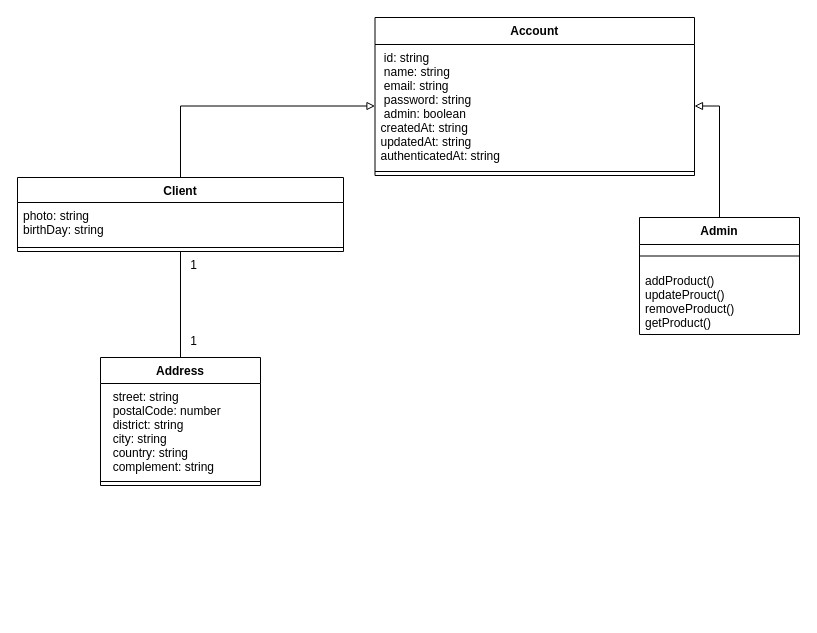
This is documentation/diagrams/class-diagram.drawio from vitinruas/_retroarcadestore-api, a draw.io file, before an edit. Source tidied: cells renumbered, new cells numbered last; positions are measured from the earlier drawing's top-left corner, leaving out a move shared by most shapes. Both pictures are drawn from the tidied source at 100%, with x=0, y=0 at pixel (17, 17).
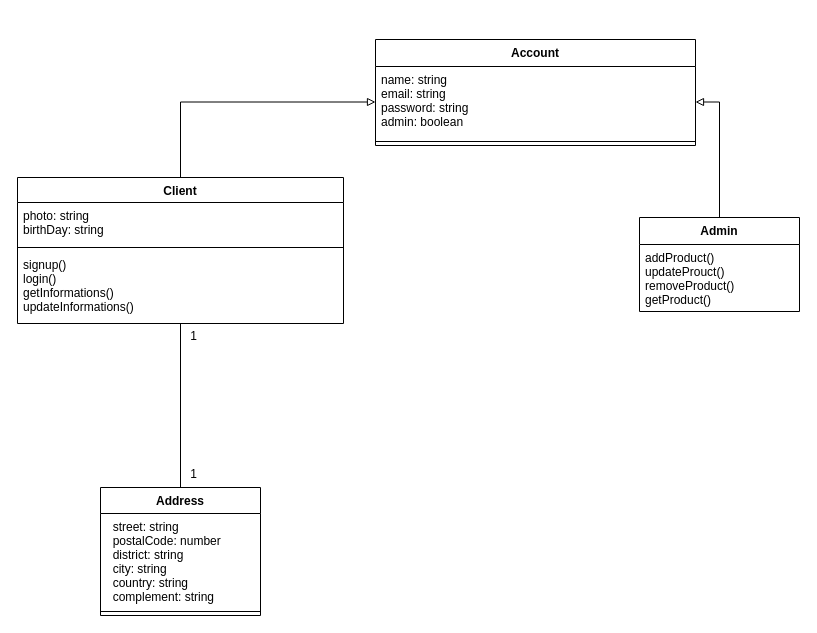
After the change.

Commit message:
docs: update class diagram

What changed in the source:
```diff
@@
 <mxGraphModel>
   <root>
     <mxCell id="0" />
     <mxCell id="1" parent="0" />
     <mxCell id="2" value="Account" style="swimlane;fontStyle=1;align=center;verticalAlign=top;horizontal=1;startSize=27;" parent="1" vertex="1">
-      <mxGeometry x="357.5" width="319.5" height="158" as="geometry" />
+      <mxGeometry x="358" y="22" width="320" height="106" as="geometry" />
     </mxCell>
-    <mxCell id="3" value=" id: string&#10; name: string&#10; email: string&#10; password: string&#10; admin: boolean&#10;createdAt: string&#10;updatedAt: string&#10;authenticatedAt: string" style="text;strokeColor=none;fillColor=none;align=left;verticalAlign=top;spacingLeft=4;spacingRight=4;overflow=hidden;points=[[0,0.5],[1,0.5]];portConstraint=eastwest;" parent="2" vertex="1">
-      <mxGeometry y="27" width="319.5" height="123" as="geometry" />
+    <mxCell id="3" value="name: string&#10;email: string&#10;password: string&#10;admin: boolean" style="text;strokeColor=none;fillColor=none;align=left;verticalAlign=top;spacingLeft=4;spacingRight=4;overflow=hidden;points=[[0,0.5],[1,0.5]];portConstraint=eastwest;" parent="2" vertex="1">
+      <mxGeometry y="27" width="320" height="71" as="geometry" />
     </mxCell>
     <mxCell id="4" style="line;strokeWidth=1;fillColor=none;align=left;verticalAlign=middle;spacingTop=-1;spacingLeft=3;spacingRight=3;labelPosition=right;" parent="2" vertex="1">
-      <mxGeometry y="150" width="319.5" height="8" as="geometry" />
+      <mxGeometry y="98" width="320" height="8" as="geometry" />
     </mxCell>
     <mxCell id="5" style="edgeStyle=orthogonalEdgeStyle;rounded=0;jettySize=auto;html=1;entryX=0;entryY=0.5;entryDx=0;entryDy=0;endArrow=block;endFill=0;" parent="1" edge="1" source="6" target="3">
       <mxGeometry relative="1" as="geometry" />
     </mxCell>
     <mxCell id="6" value="Client" style="swimlane;fontStyle=1;align=center;verticalAlign=top;horizontal=1;startSize=25;" parent="1" vertex="1">
-      <mxGeometry y="160" width="326" height="74" as="geometry" />
+      <mxGeometry y="160" width="326" height="146" as="geometry" />
     </mxCell>
     <mxCell id="7" value="photo: string&#10;birthDay: string" style="text;strokeColor=none;fillColor=none;align=left;verticalAlign=top;spacingLeft=4;spacingRight=4;overflow=hidden;" parent="6" vertex="1">
       <mxGeometry y="25" width="326" height="41" as="geometry" />
     </mxCell>
     <mxCell id="8" style="line;strokeWidth=1;fillColor=none;align=left;verticalAlign=middle;spacingTop=-1;spacingLeft=3;spacingRight=3;labelPosition=right;" parent="6" vertex="1">
       <mxGeometry y="66" width="326" height="8" as="geometry" />
     </mxCell>
+    <mxCell id="19" value="signup()&#10;login()&#10;getInformations()&#10;updateInformations()" style="text;strokeColor=none;fillColor=none;align=left;verticalAlign=top;spacingLeft=4;spacingRight=4;overflow=hidden;" parent="6" vertex="1">
+      <mxGeometry y="74" width="326" height="72" as="geometry" />
+    </mxCell>
     <mxCell id="9" style="edgeStyle=orthogonalEdgeStyle;rounded=0;jettySize=auto;html=1;entryX=1;entryY=0.5;entryDx=0;entryDy=0;endArrow=block;endFill=0;" parent="1" edge="1" source="10" target="3">
       <mxGeometry relative="1" as="geometry" />
     </mxCell>
     <mxCell id="10" value="Admin" style="swimlane;fontStyle=1;align=center;verticalAlign=top;horizontal=1;startSize=27;" parent="1" vertex="1">
-      <mxGeometry x="622" y="200" width="160" height="117" as="geometry" />
+      <mxGeometry x="622" y="200" width="160" height="94" as="geometry" />
     </mxCell>
-    <mxCell id="11" style="line;strokeWidth=1;fillColor=none;align=left;verticalAlign=middle;spacingTop=-1;spacingLeft=3;spacingRight=3;labelPosition=right;" parent="10" vertex="1">
-      <mxGeometry y="27" width="160" height="23" as="geometry" />
-    </mxCell>
     <mxCell id="12" value="addProduct()&#10;updateProuct()&#10;removeProduct()&#10;getProduct()" style="text;strokeColor=none;fillColor=none;align=left;verticalAlign=top;spacingLeft=4;spacingRight=4;overflow=hidden;" parent="10" vertex="1">
-      <mxGeometry y="50" width="160" height="67" as="geometry" />
+      <mxGeometry y="27" width="160" height="67" as="geometry" />
     </mxCell>
     <mxCell id="13" value="Address" style="swimlane;fontStyle=1;align=center;verticalAlign=top;horizontal=1;startSize=26;" parent="1" vertex="1">
-      <mxGeometry x="83" y="340" width="160" height="128" as="geometry" />
+      <mxGeometry x="83" y="470" width="160" height="128" as="geometry" />
     </mxCell>
     <mxCell id="14" value="  street: string&#10;  postalCode: number&#10;  district: string&#10;  city: string&#10;  country: string&#10;  complement: string" style="text;strokeColor=none;fillColor=none;align=left;verticalAlign=top;spacingLeft=4;spacingRight=4;overflow=hidden;" parent="13" vertex="1">
       <mxGeometry y="26" width="160" height="94" as="geometry" />
     </mxCell>
     <mxCell id="15" style="line;strokeWidth=1;fillColor=none;align=left;verticalAlign=middle;spacingTop=-1;spacingLeft=3;spacingRight=3;labelPosition=right;" parent="13" vertex="1">
       <mxGeometry y="120" width="160" height="8" as="geometry" />
     </mxCell>
     <mxCell id="16" style="edgeStyle=orthogonalEdgeStyle;rounded=0;jettySize=auto;html=1;entryX=0.5;entryY=0;entryDx=0;entryDy=0;endArrow=none;endFill=0;exitX=0.5;exitY=1;exitDx=0;exitDy=0;" parent="1" edge="1" source="6" target="13">
       <mxGeometry relative="1" as="geometry" />
     </mxCell>
     <mxCell id="17" value="1" style="text;html=1;align=center;verticalAlign=middle;strokeColor=none;fillColor=none;" parent="1" vertex="1">
-      <mxGeometry x="163" y="311" width="25" height="26" as="geometry" />
+      <mxGeometry x="163" y="444" width="25" height="26" as="geometry" />
     </mxCell>
     <mxCell id="18" value="1" style="text;html=1;align=center;verticalAlign=middle;strokeColor=none;fillColor=none;" parent="1" vertex="1">
-      <mxGeometry x="163" y="235" width="25" height="26" as="geometry" />
+      <mxGeometry x="163" y="306" width="25" height="26" as="geometry" />
     </mxCell>
   </root>
 </mxGraphModel>
```
